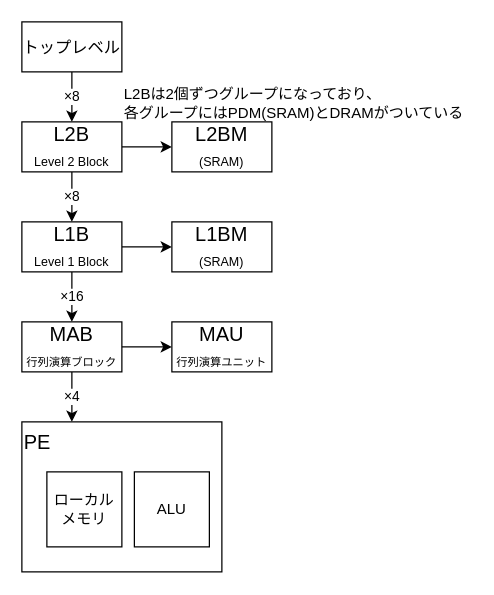
Before: mn2-core.drawio in magurofly/mncore2_test, a draw.io diagram. Source tidied: cells renumbered, new cells numbered last; positions are measured from the earlier drawing's top-left corner, leaving out a move shared by most shapes. Both pictures are drawn from the tidied source at 125%, with x=0, y=0 at pixel (21, 21).
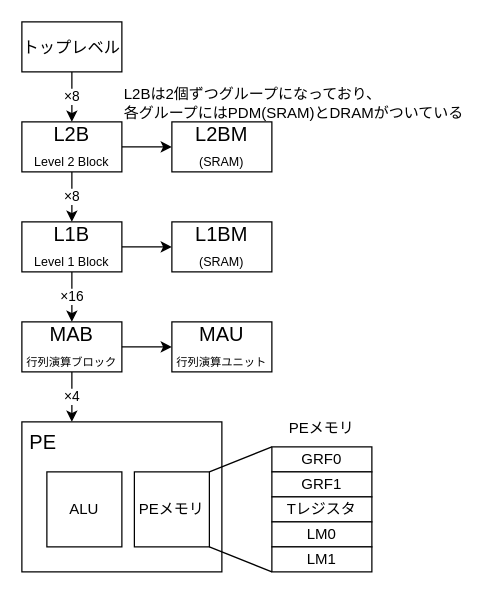
The same diagram, later.

The edit, as a diff of the source:
```diff
@@
-    <mxCell id="2" value="PE" style="rounded=0;whiteSpace=wrap;html=1;fontSize=16;align=left;verticalAlign=top;" parent="1" vertex="1">
+    <mxCell id="2" value="&amp;nbsp;PE" style="rounded=0;whiteSpace=wrap;html=1;fontSize=16;align=left;verticalAlign=top;" parent="1" vertex="1">
       <mxGeometry y="320" width="160" height="120" as="geometry" />
     </mxCell>
@@
     <mxCell id="18" value="ALU" style="rounded=0;whiteSpace=wrap;html=1;" parent="1" vertex="1">
-      <mxGeometry x="90" y="360" width="60" height="60" as="geometry" />
+      <mxGeometry x="20" y="360" width="60" height="60" as="geometry" />
     </mxCell>
-    <mxCell id="19" value="&lt;div&gt;ローカル&lt;/div&gt;メモリ" style="rounded=0;whiteSpace=wrap;html=1;" parent="1" vertex="1">
-      <mxGeometry x="20" y="360" width="60" height="60" as="geometry" />
+    <mxCell id="19" value="PEメモリ&lt;div&gt;&lt;/div&gt;" style="rounded=0;whiteSpace=wrap;html=1;" parent="1" vertex="1">
+      <mxGeometry x="90" y="360" width="60" height="60" as="geometry" />
     </mxCell>
+    <mxCell id="20" value="GRF0" style="rounded=0;whiteSpace=wrap;html=1;" parent="1" vertex="1">
+      <mxGeometry x="200" y="340" width="80" height="20" as="geometry" />
+    </mxCell>
+    <mxCell id="21" value="GRF1" style="rounded=0;whiteSpace=wrap;html=1;" parent="1" vertex="1">
+      <mxGeometry x="200" y="360" width="80" height="20" as="geometry" />
+    </mxCell>
+    <mxCell id="22" value="Tレジスタ" style="rounded=0;whiteSpace=wrap;html=1;" parent="1" vertex="1">
+      <mxGeometry x="200" y="380" width="80" height="20" as="geometry" />
+    </mxCell>
+    <mxCell id="23" value="LM0" style="rounded=0;whiteSpace=wrap;html=1;" parent="1" vertex="1">
+      <mxGeometry x="200" y="400" width="80" height="20" as="geometry" />
+    </mxCell>
+    <mxCell id="24" value="LM1" style="rounded=0;whiteSpace=wrap;html=1;" parent="1" vertex="1">
+      <mxGeometry x="200" y="420" width="80" height="20" as="geometry" />
+    </mxCell>
+    <mxCell id="25" style="endArrow=none;html=1;rounded=0;exitX=1;exitY=1;exitDx=0;exitDy=0;entryX=0;entryY=1;entryDx=0;entryDy=0;" parent="1" edge="1" source="19" target="24">
+      <mxGeometry relative="1" as="geometry" />
+    </mxCell>
+    <mxCell id="26" style="endArrow=none;html=1;rounded=0;exitX=1;exitY=0;exitDx=0;exitDy=0;entryX=0;entryY=0;entryDx=0;entryDy=0;" parent="1" edge="1" source="19" target="20">
+      <mxGeometry relative="1" as="geometry" />
+    </mxCell>
+    <mxCell id="27" value="PEメモリ" style="text;html=1;align=center;verticalAlign=middle;whiteSpace=wrap;rounded=0;" parent="1" vertex="1">
+      <mxGeometry x="210" y="310" width="60" height="30" as="geometry" />
+    </mxCell>
```
